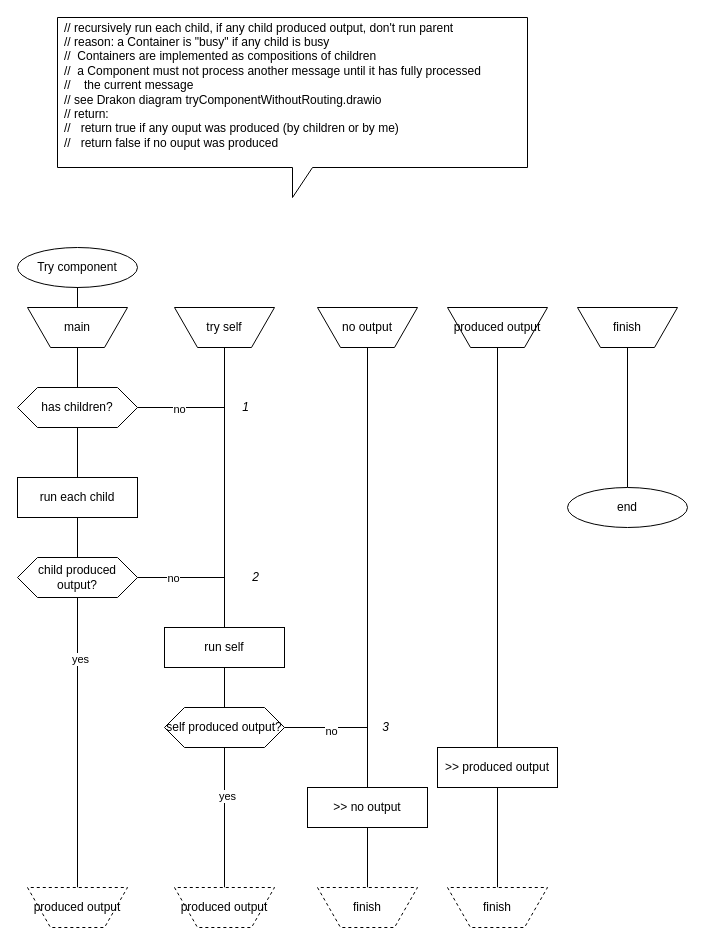
Above: step.drawio in guitarvydas/duct (draw.io), before the change. Source tidied: cells renumbered, new cells numbered last; positions are measured from the earlier drawing's top-left corner, leaving out a move shared by most shapes. Both pictures are drawn from the tidied source at 100%, with x=0, y=0 at pixel (17, 17).
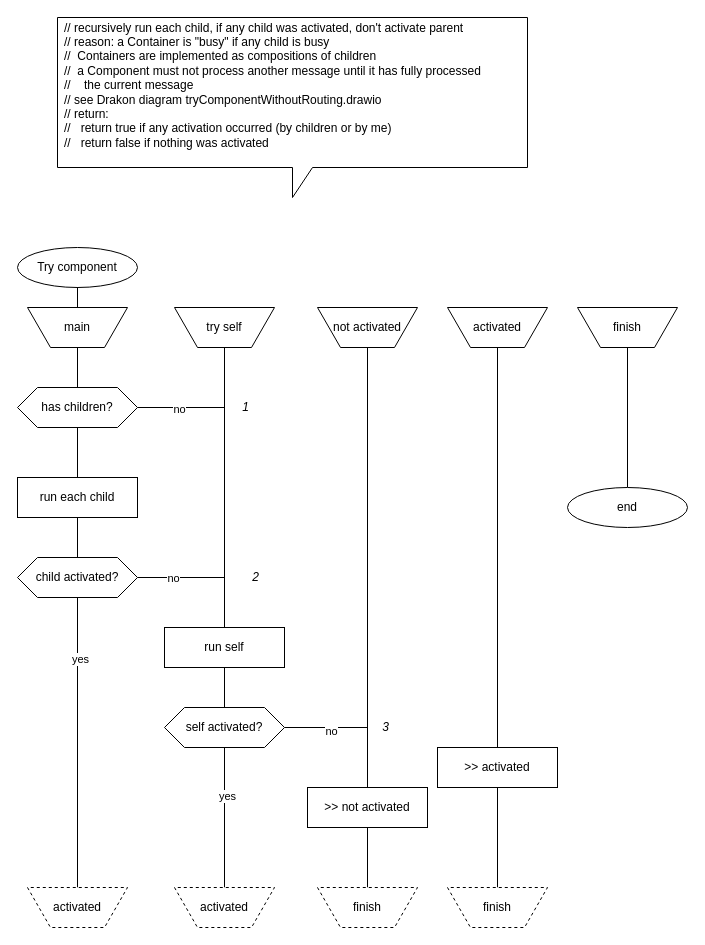
The same page after the edit.

Commit message (it also covers changes not shown here):
begin new step

Diff of the diagram source:
```diff
@@
-    <mxCell id="10" value="child produced output?" style="shape=hexagon;perimeter=hexagonPerimeter2;whiteSpace=wrap;html=1;fixedSize=1;" parent="1" vertex="1">
+    <mxCell id="10" value="child activated?" style="shape=hexagon;perimeter=hexagonPerimeter2;whiteSpace=wrap;html=1;fixedSize=1;" parent="1" vertex="1">
       <mxGeometry y="540" width="120" height="40" as="geometry" />
     </mxCell>
@@
-    <mxCell id="13" value="&amp;gt;&amp;gt; no output" style="rounded=0;whiteSpace=wrap;html=1;" parent="1" vertex="1">
+    <mxCell id="13" value="&amp;gt;&amp;gt; not activated" style="rounded=0;whiteSpace=wrap;html=1;" parent="1" vertex="1">
       <mxGeometry x="290" y="770" width="120" height="40" as="geometry" />
     </mxCell>
-    <mxCell id="14" value="no output" style="verticalLabelPosition=middle;verticalAlign=middle;html=1;shape=trapezoid;perimeter=trapezoidPerimeter;whiteSpace=wrap;size=0.23;arcSize=10;flipV=1;labelPosition=center;align=center;" parent="1" vertex="1">
+    <mxCell id="14" value="not activated" style="verticalLabelPosition=middle;verticalAlign=middle;html=1;shape=trapezoid;perimeter=trapezoidPerimeter;whiteSpace=wrap;size=0.23;arcSize=10;flipV=1;labelPosition=center;align=center;" parent="1" vertex="1">
       <mxGeometry x="300" y="290" width="100" height="40" as="geometry" />
     </mxCell>
@@
-    <mxCell id="18" value="&amp;gt;&amp;gt; produced output" style="rounded=0;whiteSpace=wrap;html=1;" parent="1" vertex="1">
+    <mxCell id="18" value="&amp;gt;&amp;gt; activated" style="rounded=0;whiteSpace=wrap;html=1;" parent="1" vertex="1">
       <mxGeometry x="420" y="730" width="120" height="40" as="geometry" />
     </mxCell>
-    <mxCell id="19" value="produced output" style="verticalLabelPosition=middle;verticalAlign=middle;html=1;shape=trapezoid;perimeter=trapezoidPerimeter;whiteSpace=wrap;size=0.23;arcSize=10;flipV=1;labelPosition=center;align=center;" parent="1" vertex="1">
+    <mxCell id="19" value="activated" style="verticalLabelPosition=middle;verticalAlign=middle;html=1;shape=trapezoid;perimeter=trapezoidPerimeter;whiteSpace=wrap;size=0.23;arcSize=10;flipV=1;labelPosition=center;align=center;" parent="1" vertex="1">
       <mxGeometry x="430" y="290" width="100" height="40" as="geometry" />
     </mxCell>
-    <mxCell id="20" value="produced output" style="verticalLabelPosition=middle;verticalAlign=middle;html=1;shape=trapezoid;perimeter=trapezoidPerimeter;whiteSpace=wrap;size=0.23;arcSize=10;flipV=1;labelPosition=center;align=center;dashed=1;" parent="1" vertex="1">
+    <mxCell id="20" value="activated" style="verticalLabelPosition=middle;verticalAlign=middle;html=1;shape=trapezoid;perimeter=trapezoidPerimeter;whiteSpace=wrap;size=0.23;arcSize=10;flipV=1;labelPosition=center;align=center;dashed=1;" parent="1" vertex="1">
       <mxGeometry x="10" y="870" width="100" height="40" as="geometry" />
     </mxCell>
@@
-    <mxCell id="29" value="produced output" style="verticalLabelPosition=middle;verticalAlign=middle;html=1;shape=trapezoid;perimeter=trapezoidPerimeter;whiteSpace=wrap;size=0.23;arcSize=10;flipV=1;labelPosition=center;align=center;dashed=1;" parent="1" vertex="1">
+    <mxCell id="29" value="activated" style="verticalLabelPosition=middle;verticalAlign=middle;html=1;shape=trapezoid;perimeter=trapezoidPerimeter;whiteSpace=wrap;size=0.23;arcSize=10;flipV=1;labelPosition=center;align=center;dashed=1;" parent="1" vertex="1">
       <mxGeometry x="157" y="870" width="100" height="40" as="geometry" />
     </mxCell>
@@
-    <mxCell id="33" value="self produced output?" style="shape=hexagon;perimeter=hexagonPerimeter2;whiteSpace=wrap;html=1;fixedSize=1;" parent="1" vertex="1">
+    <mxCell id="33" value="self activated?" style="shape=hexagon;perimeter=hexagonPerimeter2;whiteSpace=wrap;html=1;fixedSize=1;" parent="1" vertex="1">
       <mxGeometry x="147" y="690" width="120" height="40" as="geometry" />
     </mxCell>
@@
-    <mxCell id="37" value="&lt;div&gt;&lt;span&gt;&#9;&lt;/span&gt;// recursively run each child, if any child produced output, don't run parent&lt;/div&gt;&lt;div&gt;&lt;span&gt;&#9;&lt;/span&gt;// reason: a Container is &quot;busy&quot; if any child is busy&lt;/div&gt;&lt;div&gt;&lt;span&gt;&#9;&lt;/span&gt;//&amp;nbsp; Containers are implemented as compositions of children&lt;/div&gt;&lt;div&gt;&lt;span&gt;&#9;&lt;/span&gt;//&amp;nbsp; a Component must not process another message until it has fully processed&lt;/div&gt;&lt;div&gt;&lt;span&gt;&#9;&lt;/span&gt;//&amp;nbsp; &amp;nbsp; the current message&lt;/div&gt;&lt;div&gt;&lt;span&gt;&#9;&lt;/span&gt;// see Drakon diagram tryComponentWithoutRouting.drawio&lt;/div&gt;&lt;div&gt;&lt;span&gt;&#9;&lt;/span&gt;// return:&lt;/div&gt;&lt;div&gt;&lt;span&gt;&#9;&lt;/span&gt;//&amp;nbsp; &amp;nbsp;return true if any ouput was produced (by children or by me)&lt;/div&gt;&lt;div&gt;&lt;span&gt;&#9;&lt;/span&gt;//&amp;nbsp; &amp;nbsp;return false if no ouput was produced&lt;/div&gt;&lt;div&gt;&lt;br&gt;&lt;/div&gt;" style="shape=callout;whiteSpace=wrap;html=1;perimeter=calloutPerimeter;align=left;spacingLeft=5;" parent="1" vertex="1">
+    <mxCell id="37" value="&lt;div&gt;&lt;span&gt;&#9;&lt;/span&gt;// recursively run each child, if any child was activated, don't activate parent&lt;/div&gt;&lt;div&gt;&lt;span&gt;&#9;&lt;/span&gt;// reason: a Container is &quot;busy&quot; if any child is busy&lt;/div&gt;&lt;div&gt;&lt;span&gt;&#9;&lt;/span&gt;//&amp;nbsp; Containers are implemented as compositions of children&lt;/div&gt;&lt;div&gt;&lt;span&gt;&#9;&lt;/span&gt;//&amp;nbsp; a Component must not process another message until it has fully processed&lt;/div&gt;&lt;div&gt;&lt;span&gt;&#9;&lt;/span&gt;//&amp;nbsp; &amp;nbsp; the current message&lt;/div&gt;&lt;div&gt;&lt;span&gt;&#9;&lt;/span&gt;// see Drakon diagram tryComponentWithoutRouting.drawio&lt;/div&gt;&lt;div&gt;&lt;span&gt;&#9;&lt;/span&gt;// return:&lt;/div&gt;&lt;div&gt;&lt;span&gt;&#9;&lt;/span&gt;//&amp;nbsp; &amp;nbsp;return true if any activation occurred (by children or by me)&lt;/div&gt;&lt;div&gt;&lt;span&gt;&#9;&lt;/span&gt;//&amp;nbsp; &amp;nbsp;return false if nothing was activated&lt;/div&gt;&lt;div&gt;&lt;br&gt;&lt;/div&gt;" style="shape=callout;whiteSpace=wrap;html=1;perimeter=calloutPerimeter;align=left;spacingLeft=5;" parent="1" vertex="1">
       <mxGeometry x="40" width="470" height="180" as="geometry" />
     </mxCell>
```
